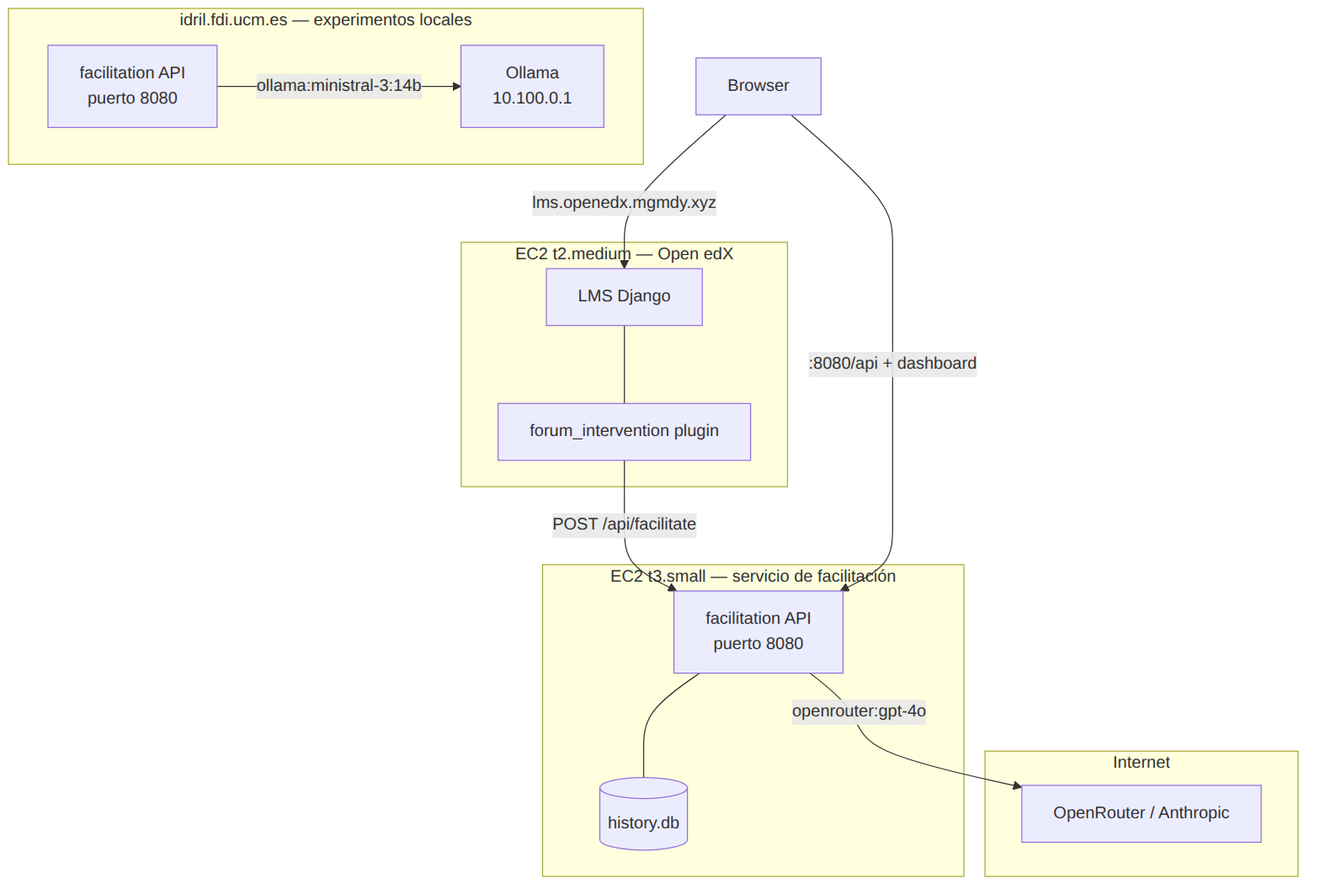
The Mermaid diagram docs/thesis/figures/hosting-ec2.png in magrimal/tfm-2026-discussion-moderation, before a commit. Its source is kept beside it as docs/diagrams/hosting-ec2.mmd. The source it was exported from:
```mermaid
graph TB
    subgraph Internet
        OR[OpenRouter / Anthropic]
    end

    subgraph EC2-facilitacion["EC2 t3.small — servicio de facilitación"]
        FA[facilitation API<br/>puerto 8080]
        DB[(history.db)]
        FA --- DB
    end

    subgraph EC2-openedx["EC2 t2.medium — Open edX"]
        LMS[LMS Django]
        FI[forum_intervention plugin]
        FI -->|POST /api/facilitate| FA
        LMS --- FI
    end

    subgraph Idril["idril.fdi.ucm.es — experimentos locales"]
        FI2[facilitation API<br/>puerto 8080]
        OL[Ollama<br/>10.100.0.1]
        FI2 -->|ollama:ministral-3:14b| OL
    end

    FA -->|openrouter:gpt-4o| OR
    Browser -->|":8080/api + dashboard"| FA
    Browser -->|"lms.openedx.mgmdy.xyz"| LMS
```
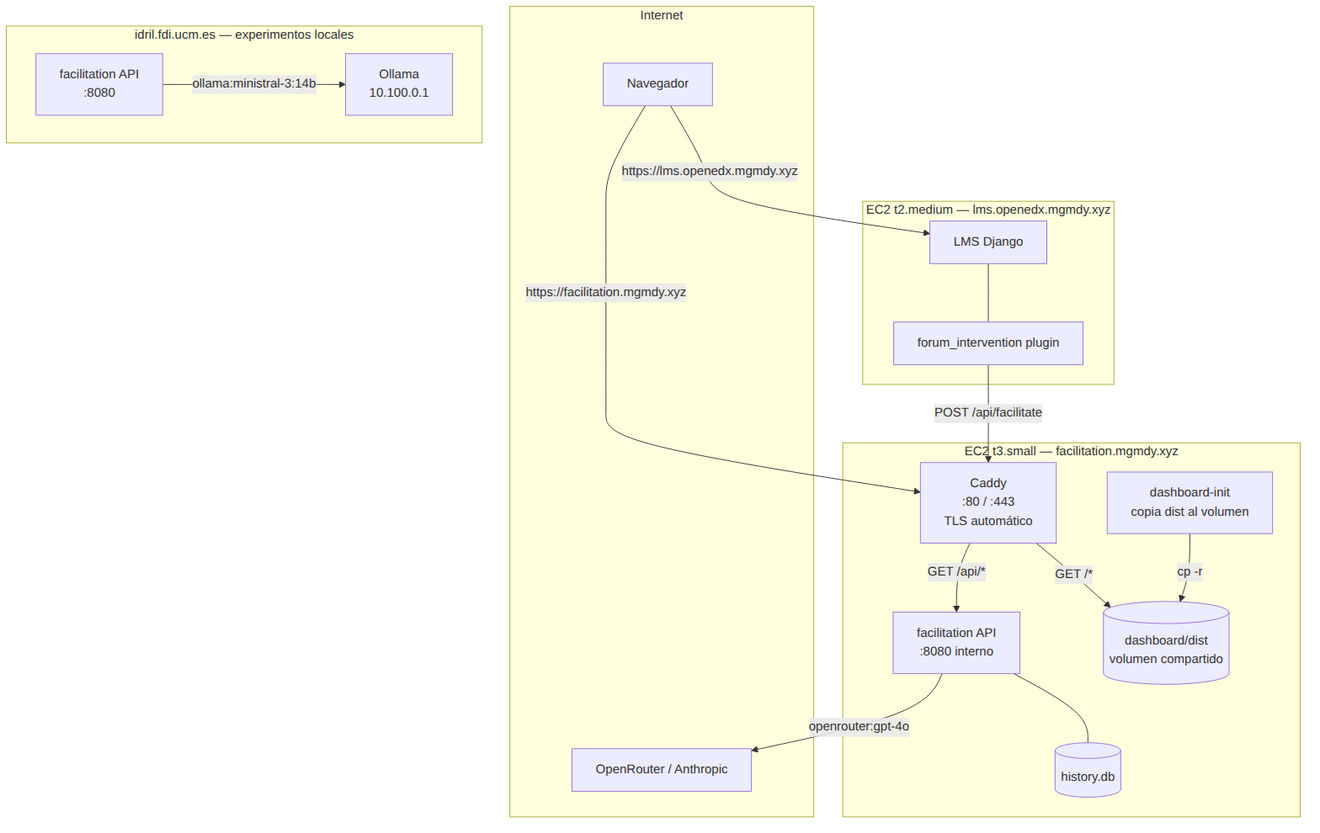
Later version of the same file.

Commit message:
docs: update ADR-0042 and ec2.md with final architecture

What changed in the source:
```diff
@@ -1,27 +1,35 @@
 graph TB
     subgraph Internet
         OR[OpenRouter / Anthropic]
+        Browser[Navegador]
     end
 
-    subgraph EC2-facilitacion["EC2 t3.small — servicio de facilitación"]
-        FA[facilitation API<br/>puerto 8080]
+    subgraph EC2-facilitacion["EC2 t3.small — facilitation.mgmdy.xyz"]
+        CA[Caddy<br/>:80 / :443<br/>TLS automático]
+        FA[facilitation API<br/>:8080 interno]
+        DI[dashboard-init<br/>copia dist al volumen]
+        DV[(dashboard/dist<br/>volumen compartido)]
         DB[(history.db)]
+
+        CA -->|GET /api/*| FA
+        CA -->|GET /*| DV
+        DI -->|cp -r| DV
         FA --- DB
     end
 
-    subgraph EC2-openedx["EC2 t2.medium — Open edX"]
+    subgraph EC2-openedx["EC2 t2.medium — lms.openedx.mgmdy.xyz"]
         LMS[LMS Django]
         FI[forum_intervention plugin]
-        FI -->|POST /api/facilitate| FA
         LMS --- FI
     end
 
     subgraph Idril["idril.fdi.ucm.es — experimentos locales"]
-        FI2[facilitation API<br/>puerto 8080]
+        FA2[facilitation API<br/>:8080]
         OL[Ollama<br/>10.100.0.1]
-        FI2 -->|ollama:ministral-3:14b| OL
+        FA2 -->|ollama:ministral-3:14b| OL
     end
 
+    FI -->|POST /api/facilitate| CA
     FA -->|openrouter:gpt-4o| OR
-    Browser -->|":8080/api + dashboard"| FA
-    Browser -->|"lms.openedx.mgmdy.xyz"| LMS
+    Browser -->|https://facilitation.mgmdy.xyz| CA
+    Browser -->|https://lms.openedx.mgmdy.xyz| LMS
```
